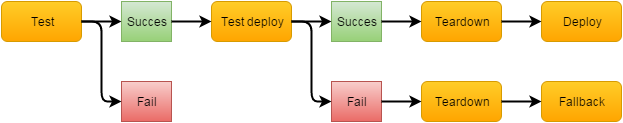
Before: flow.png, a diagram exported from draw.io (mickelindahl/jenkins_continuous_delivery). Source tidied: cells renumbered, new cells last; positions are measured from the earlier drawing's top-left corner, leaving out a move shared by most shapes.
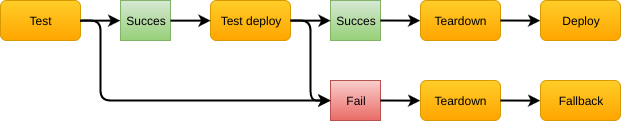
The same diagram one commit later.

Change to the diagram source:
```diff
@@ -5,78 +5,76 @@
     <mxCell id="2" value="Test" style="rounded=1;whiteSpace=wrap;html=1;fontSize=12;fillColor=#ffcd28;strokeColor=#d79b00;gradientColor=#ffa500;" parent="1" vertex="1">
       <mxGeometry width="80" height="40" as="geometry" />
     </mxCell>
+    <mxCell id="21" value="Succes" style="whiteSpace=wrap;html=1;fillColor=#d5e8d4;strokeColor=#82b366;gradientColor=#97d077;" parent="1" vertex="1">
+      <mxGeometry x="120" width="50" height="40" as="geometry" />
+    </mxCell>
-    <mxCell id="3" value="Succes" style="whiteSpace=wrap;html=1;fillColor=#d5e8d4;strokeColor=#82b366;gradientColor=#97d077;" parent="1" vertex="1">
-      <mxGeometry x="120" width="50" height="40" as="geometry" />
+    <mxCell id="3" value="Test deploy" style="rounded=1;whiteSpace=wrap;html=1;fontSize=12;fillColor=#ffcd28;strokeColor=#d79b00;gradientColor=#ffa500;" parent="1" vertex="1">
+      <mxGeometry x="210" width="80" height="40" as="geometry" />
     </mxCell>
-    <mxCell id="4" value="Fail" style="whiteSpace=wrap;html=1;fillColor=#f8cecc;strokeColor=#b85450;gradientColor=#ea6b66;" parent="1" vertex="1">
-      <mxGeometry x="120" y="80" width="50" height="40" as="geometry" />
+    <mxCell id="4" style="endArrow=classic;html=1;fontSize=12;entryX=0;entryY=0.5;exitX=1;exitY=0.5;strokeWidth=2;" parent="1" edge="1" source="2" target="21">
+      <mxGeometry x="199.8" y="240.1" as="geometry" />
     </mxCell>
-    <mxCell id="5" value="Test deploy" style="rounded=1;whiteSpace=wrap;html=1;fontSize=12;fillColor=#ffcd28;strokeColor=#d79b00;gradientColor=#ffa500;" parent="1" vertex="1">
-      <mxGeometry x="210" width="80" height="40" as="geometry" />
+    <mxCell id="5" style="endArrow=classic;html=1;fontSize=12;entryX=0;entryY=0.5;exitX=1;exitY=0.5;strokeWidth=2;" parent="1" edge="1" source="21" target="3">
+      <mxGeometry x="210" y="250" as="geometry" />
     </mxCell>
-    <mxCell id="6" style="endArrow=classic;html=1;fontSize=12;entryX=0;entryY=0.5;exitX=1;exitY=0.5;strokeWidth=2;" parent="1" edge="1" source="2" target="3">
-      <mxGeometry relative="1" as="geometry" />
+    <mxCell id="6" style="endArrow=classic;html=1;fontSize=12;exitX=1;exitY=0.5;strokeWidth=2;" parent="1" edge="1" source="2">
+      <mxGeometry x="210" y="250" as="geometry">
+        <mxPoint x="330" y="100" as="targetPoint" />
+        <Array as="points">
+          <mxPoint x="100" y="20" />
+          <mxPoint x="100" y="100" />
+        </Array>
+      </mxGeometry>
     </mxCell>
-    <mxCell id="7" style="endArrow=classic;html=1;fontSize=12;entryX=0;entryY=0.5;exitX=1;exitY=0.5;strokeWidth=2;" parent="1" edge="1" source="3" target="5">
-      <mxGeometry x="210" y="250" as="geometry" />
+    <mxCell id="7" value="Succes" style="whiteSpace=wrap;html=1;fillColor=#d5e8d4;strokeColor=#82b366;gradientColor=#97d077;" parent="1" vertex="1">
+      <mxGeometry x="330" width="50" height="40" as="geometry" />
     </mxCell>
-    <mxCell id="8" style="endArrow=classic;html=1;fontSize=12;entryX=0;entryY=0.5;exitX=1;exitY=0.5;strokeWidth=2;" parent="1" edge="1" source="2" target="4">
-      <mxGeometry x="210" y="250" as="geometry">
-        <Array as="points">
-          <mxPoint x="100" y="20" />
-          <mxPoint x="100" y="100" />
-        </Array>
-      </mxGeometry>
+    <mxCell id="8" value="Fail" style="whiteSpace=wrap;html=1;fillColor=#f8cecc;strokeColor=#b85450;gradientColor=#ea6b66;" parent="1" vertex="1">
+      <mxGeometry x="330" y="80" width="50" height="40" as="geometry" />
     </mxCell>
+    <mxCell id="22" style="endArrow=classic;html=1;fontSize=12;entryX=0;entryY=0.5;exitX=1;exitY=0.5;strokeWidth=2;" parent="1" edge="1" target="8">
+      <mxGeometry x="420" y="250" as="geometry">
+        <mxPoint x="290" y="20" as="sourcePoint" />
+        <Array as="points">
+          <mxPoint x="310" y="20" />
+          <mxPoint x="310" y="100" />
+        </Array>
+      </mxGeometry>
+    </mxCell>
+    <mxCell id="23" style="endArrow=classic;html=1;fontSize=12;entryX=0;entryY=0.5;exitX=1;exitY=0.5;strokeWidth=2;" parent="1" edge="1" source="3" target="7">
+      <mxGeometry x="170" y="250" as="geometry" />
+    </mxCell>
+    <mxCell id="13" value="Teardown" style="rounded=1;whiteSpace=wrap;html=1;fontSize=12;fillColor=#ffcd28;strokeColor=#d79b00;gradientColor=#ffa500;" parent="1" vertex="1">
+      <mxGeometry x="420" width="80" height="40" as="geometry" />
+    </mxCell>
+    <mxCell id="24" style="endArrow=classic;html=1;fontSize=12;entryX=0;entryY=0.5;exitX=1;exitY=0.5;strokeWidth=2;" parent="1" edge="1" target="13">
+      <mxGeometry x="420" y="250" as="geometry">
+        <mxPoint x="380" y="20" as="sourcePoint" />
+      </mxGeometry>
+    </mxCell>
+    <mxCell id="15" value="Deploy" style="rounded=1;whiteSpace=wrap;html=1;fontSize=12;fillColor=#ffcd28;strokeColor=#d79b00;gradientColor=#ffa500;" parent="1" vertex="1">
+      <mxGeometry x="540" width="80" height="40" as="geometry" />
+    </mxCell>
+    <mxCell id="25" style="endArrow=classic;html=1;fontSize=12;entryX=0;entryY=0.5;exitX=1;exitY=0.5;strokeWidth=2;" parent="1" edge="1" target="15">
+      <mxGeometry x="540" y="250" as="geometry">
+        <mxPoint x="500" y="20" as="sourcePoint" />
+      </mxGeometry>
+    </mxCell>
+    <mxCell id="17" value="Teardown" style="rounded=1;whiteSpace=wrap;html=1;fontSize=12;fillColor=#ffcd28;strokeColor=#d79b00;gradientColor=#ffa500;" parent="1" vertex="1">
+      <mxGeometry x="420" y="80" width="80" height="40" as="geometry" />
+    </mxCell>
-    <mxCell id="9" value="Succes" style="whiteSpace=wrap;html=1;fillColor=#d5e8d4;strokeColor=#82b366;gradientColor=#97d077;" parent="1" vertex="1">
-      <mxGeometry x="330" width="50" height="40" as="geometry" />
+    <mxCell id="9" style="endArrow=classic;html=1;fontSize=12;entryX=0;entryY=0.5;exitX=1;exitY=0.5;strokeWidth=2;" parent="1" edge="1" target="17">
+      <mxGeometry x="420" y="330" as="geometry">
+        <mxPoint x="380" y="100" as="sourcePoint" />
+      </mxGeometry>
     </mxCell>
-    <mxCell id="10" value="Fail" style="whiteSpace=wrap;html=1;fillColor=#f8cecc;strokeColor=#b85450;gradientColor=#ea6b66;" parent="1" vertex="1">
-      <mxGeometry x="330" y="80" width="50" height="40" as="geometry" />
+    <mxCell id="10" value="Fallback" style="rounded=1;whiteSpace=wrap;html=1;fontSize=12;fillColor=#ffcd28;strokeColor=#d79b00;gradientColor=#ffa500;" parent="1" vertex="1">
+      <mxGeometry x="540" y="80" width="80" height="40" as="geometry" />
     </mxCell>
     <mxCell id="11" style="endArrow=classic;html=1;fontSize=12;entryX=0;entryY=0.5;exitX=1;exitY=0.5;strokeWidth=2;" parent="1" edge="1" target="10">
-      <mxGeometry x="420" y="250" as="geometry">
-        <mxPoint x="290" y="20" as="sourcePoint" />
-        <Array as="points">
-          <mxPoint x="310" y="20" />
-          <mxPoint x="310" y="100" />
-        </Array>
+      <mxGeometry x="540" y="330" as="geometry">
+        <mxPoint x="500" y="100" as="sourcePoint" />
       </mxGeometry>
     </mxCell>
-    <mxCell id="12" style="endArrow=classic;html=1;fontSize=12;entryX=0;entryY=0.5;exitX=1;exitY=0.5;strokeWidth=2;" parent="1" edge="1" source="5" target="9">
-      <mxGeometry x="170" y="250" as="geometry" />
-    </mxCell>
-    <mxCell id="13" value="Teardown" style="rounded=1;whiteSpace=wrap;html=1;fontSize=12;fillColor=#ffcd28;strokeColor=#d79b00;gradientColor=#ffa500;" parent="1" vertex="1">
-      <mxGeometry x="420" width="80" height="40" as="geometry" />
-    </mxCell>
-    <mxCell id="14" style="endArrow=classic;html=1;fontSize=12;entryX=0;entryY=0.5;exitX=1;exitY=0.5;strokeWidth=2;" parent="1" edge="1" target="13">
-      <mxGeometry x="420" y="250" as="geometry">
-        <mxPoint x="380" y="20" as="sourcePoint" />
-      </mxGeometry>
-    </mxCell>
-    <mxCell id="15" value="Deploy" style="rounded=1;whiteSpace=wrap;html=1;fontSize=12;fillColor=#ffcd28;strokeColor=#d79b00;gradientColor=#ffa500;" parent="1" vertex="1">
-      <mxGeometry x="540" width="80" height="40" as="geometry" />
-    </mxCell>
-    <mxCell id="16" style="endArrow=classic;html=1;fontSize=12;entryX=0;entryY=0.5;exitX=1;exitY=0.5;strokeWidth=2;" parent="1" edge="1" target="15">
-      <mxGeometry x="540" y="250" as="geometry">
-        <mxPoint x="500" y="20" as="sourcePoint" />
-      </mxGeometry>
-    </mxCell>
-    <mxCell id="17" value="Teardown" style="rounded=1;whiteSpace=wrap;html=1;fontSize=12;fillColor=#ffcd28;strokeColor=#d79b00;gradientColor=#ffa500;" parent="1" vertex="1">
-      <mxGeometry x="420" y="80" width="80" height="40" as="geometry" />
-    </mxCell>
-    <mxCell id="18" style="endArrow=classic;html=1;fontSize=12;entryX=0;entryY=0.5;exitX=1;exitY=0.5;strokeWidth=2;" parent="1" edge="1" target="17">
-      <mxGeometry x="420" y="330" as="geometry">
-        <mxPoint x="380" y="100" as="sourcePoint" />
-      </mxGeometry>
-    </mxCell>
-    <mxCell id="19" value="Fallback" style="rounded=1;whiteSpace=wrap;html=1;fontSize=12;fillColor=#ffcd28;strokeColor=#d79b00;gradientColor=#ffa500;" parent="1" vertex="1">
-      <mxGeometry x="540" y="80" width="80" height="40" as="geometry" />
-    </mxCell>
-    <mxCell id="20" style="endArrow=classic;html=1;fontSize=12;entryX=0;entryY=0.5;exitX=1;exitY=0.5;strokeWidth=2;" parent="1" edge="1" target="19">
-      <mxGeometry x="540" y="330" as="geometry">
-        <mxPoint x="500" y="100" as="sourcePoint" />
-      </mxGeometry>
-    </mxCell>
   </root>
 </mxGraphModel>
```
